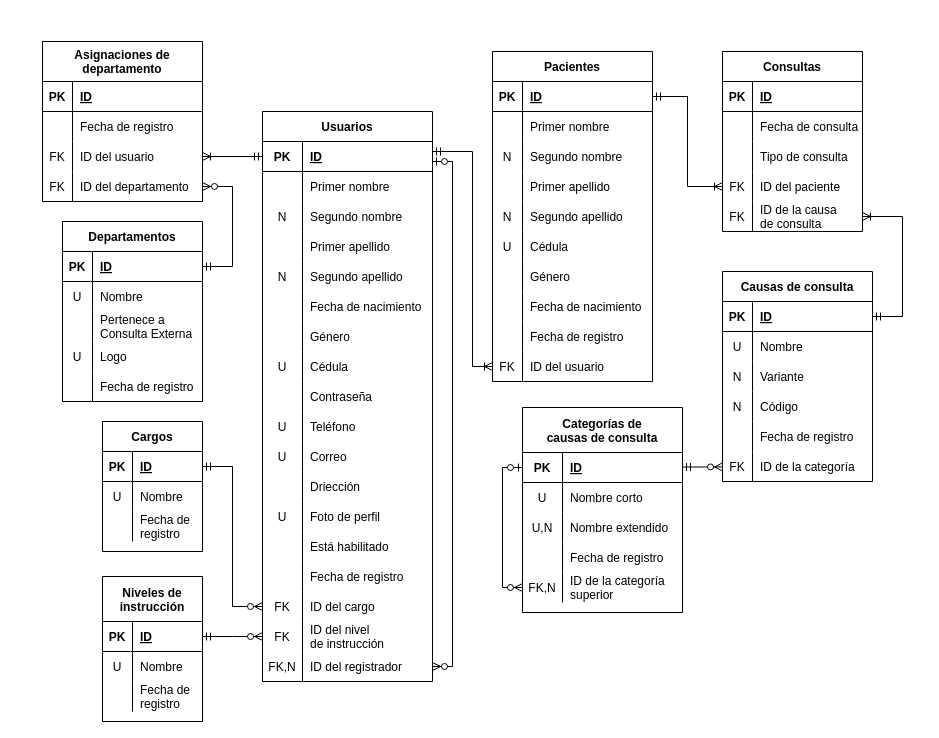
Above: page "Modelo Relacional" (4 of 5) of docs/Diagramas.drawio in fadrian06/haju (draw.io), before the change. Source tidied: cells renumbered, new cells numbered last; positions are measured from the earlier drawing's top-left corner, leaving out a move shared by most shapes. Both pictures are drawn from the tidied source at 100%, with x=0, y=0 at pixel (42, 41).
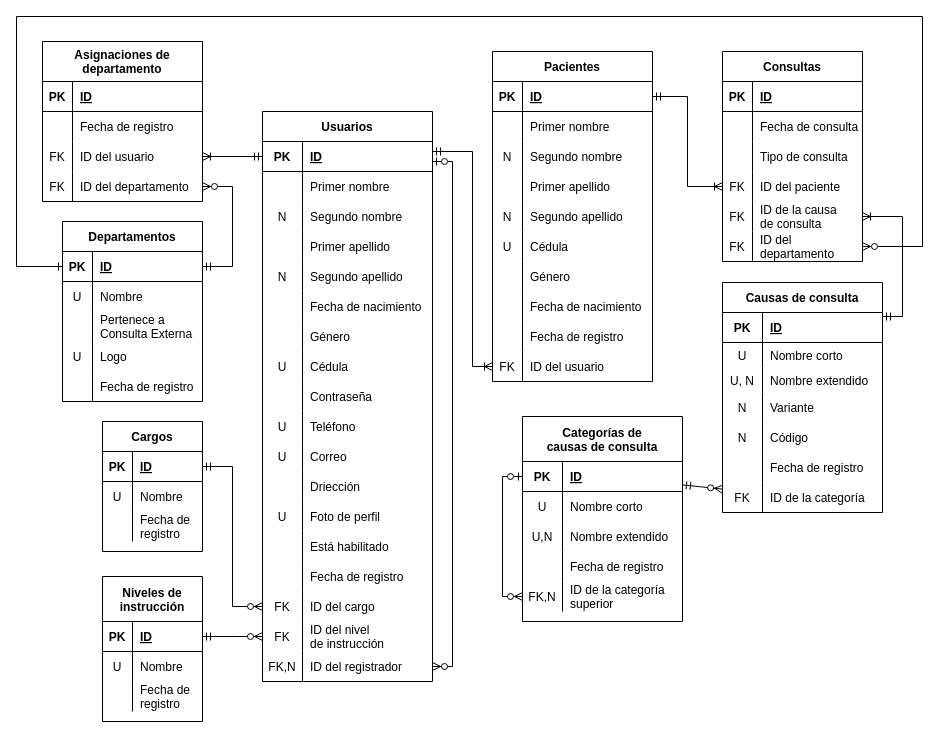
The same diagram, later.

Commit message (it also covers changes not shown here):
Cambios en la entidad Consulta

- Se añadió el campo ID del departamento
- Se separó el nombre de la causa de consulta en nombre corto (abreviado) y nombre extenso (para los tooltips)

The change refers to these unchanged cells:
```xml
<mxCell id="112" style="shape=tableRow;horizontal=0;startSize=0;swimlaneHead=0;swimlaneBody=0;fillColor=none;points=[[0,0.5],[1,0.5]];portConstraint=eastwest;top=0;left=0;right=0;bottom=1;" parent="111" vertex="1">
  <mxGeometry y="30" width="140" height="30" as="geometry" />
</mxCell>
```

The edit, as a diff of the source:
```diff
@@
     <mxCell id="143" value="Causas de consulta" style="shape=table;startSize=30;childLayout=tableLayout;rowLines=0;fontStyle=1;align=center;" parent="1" vertex="1">
-      <mxGeometry x="680" y="230" width="150" height="210" as="geometry" />
+      <mxGeometry x="680" y="241" width="160" height="230" as="geometry" />
     </mxCell>
     <mxCell id="144" style="shape=tableRow;horizontal=0;startSize=0;swimlaneHead=0;swimlaneBody=0;fillColor=none;points=[[0,0.5],[1,0.5]];portConstraint=eastwest;top=0;left=0;right=0;bottom=1;" parent="143" vertex="1">
-      <mxGeometry y="30" width="150" height="30" as="geometry" />
+      <mxGeometry y="30" width="160" height="30" as="geometry" />
     </mxCell>
     <mxCell id="145" value="PK" style="shape=partialRectangle;fillColor=none;top=0;left=0;bottom=0;right=0;fontStyle=1;overflow=hidden;" parent="144" vertex="1">
-      <mxGeometry width="30" height="30" as="geometry" />
+      <mxGeometry width="40" height="30" as="geometry" />
     </mxCell>
     <mxCell id="146" value="ID" style="shape=partialRectangle;fillColor=none;top=0;left=0;bottom=0;right=0;align=left;spacingLeft=6;fontStyle=5;overflow=hidden;" parent="144" vertex="1">
-      <mxGeometry x="30" width="120" height="30" as="geometry" />
+      <mxGeometry x="40" width="120" height="30" as="geometry" />
     </mxCell>
     <mxCell id="147" style="shape=tableRow;horizontal=0;startSize=0;swimlaneHead=0;swimlaneBody=0;fillColor=none;top=0;left=0;right=0;bottom=0;" parent="143" vertex="1">
-      <mxGeometry y="60" width="150" height="30" as="geometry" />
+      <mxGeometry y="60" width="160" height="25" as="geometry" />
     </mxCell>
     <mxCell id="148" value="U" style="shape=partialRectangle;fillColor=none;top=0;left=0;bottom=0;right=0;overflow=hidden;" parent="147" vertex="1">
-      <mxGeometry width="30" height="30" as="geometry" />
+      <mxGeometry width="40" height="25" as="geometry" />
     </mxCell>
-    <mxCell id="149" value="Nombre" style="shape=partialRectangle;fillColor=none;top=0;left=0;bottom=0;right=0;align=left;spacingLeft=6;overflow=hidden;" parent="147" vertex="1">
-      <mxGeometry x="30" width="120" height="30" as="geometry" />
+    <mxCell id="149" value="Nombre corto" style="shape=partialRectangle;fillColor=none;top=0;left=0;bottom=0;right=0;align=left;spacingLeft=6;overflow=hidden;" parent="147" vertex="1">
+      <mxGeometry x="40" width="120" height="25" as="geometry" />
     </mxCell>
+    <mxCell id="198" style="shape=tableRow;horizontal=0;startSize=0;swimlaneHead=0;swimlaneBody=0;fillColor=none;top=0;left=0;right=0;bottom=0;" parent="143" vertex="1">
+      <mxGeometry y="85" width="160" height="25" as="geometry" />
+    </mxCell>
+    <mxCell id="199" value="U, N" style="shape=partialRectangle;fillColor=none;top=0;left=0;bottom=0;right=0;overflow=hidden;" parent="198" vertex="1">
+      <mxGeometry width="40" height="25" as="geometry" />
+    </mxCell>
+    <mxCell id="200" value="Nombre extendido" style="shape=partialRectangle;fillColor=none;top=0;left=0;bottom=0;right=0;align=left;spacingLeft=6;overflow=hidden;" parent="198" vertex="1">
+      <mxGeometry x="40" width="120" height="25" as="geometry" />
+    </mxCell>
     <mxCell id="150" style="shape=tableRow;horizontal=0;startSize=0;swimlaneHead=0;swimlaneBody=0;fillColor=none;top=0;left=0;right=0;bottom=0;" parent="143" vertex="1">
-      <mxGeometry y="90" width="150" height="30" as="geometry" />
+      <mxGeometry y="110" width="160" height="30" as="geometry" />
     </mxCell>
     <mxCell id="151" value="N" style="shape=partialRectangle;fillColor=none;top=0;left=0;bottom=0;right=0;overflow=hidden;" parent="150" vertex="1">
-      <mxGeometry width="30" height="30" as="geometry" />
+      <mxGeometry width="40" height="30" as="geometry" />
     </mxCell>
     <mxCell id="152" value="Variante" style="shape=partialRectangle;fillColor=none;top=0;left=0;bottom=0;right=0;align=left;spacingLeft=6;overflow=hidden;" parent="150" vertex="1">
-      <mxGeometry x="30" width="120" height="30" as="geometry" />
+      <mxGeometry x="40" width="120" height="30" as="geometry" />
     </mxCell>
     <mxCell id="153" style="shape=tableRow;horizontal=0;startSize=0;swimlaneHead=0;swimlaneBody=0;fillColor=none;top=0;left=0;right=0;bottom=0;" parent="143" vertex="1">
-      <mxGeometry y="120" width="150" height="30" as="geometry" />
+      <mxGeometry y="140" width="160" height="30" as="geometry" />
     </mxCell>
     <mxCell id="154" value="N" style="shape=partialRectangle;fillColor=none;top=0;left=0;bottom=0;right=0;overflow=hidden;" parent="153" vertex="1">
-      <mxGeometry width="30" height="30" as="geometry" />
+      <mxGeometry width="40" height="30" as="geometry" />
     </mxCell>
     <mxCell id="155" value="Código" style="shape=partialRectangle;fillColor=none;top=0;left=0;bottom=0;right=0;align=left;spacingLeft=6;overflow=hidden;" parent="153" vertex="1">
-      <mxGeometry x="30" width="120" height="30" as="geometry" />
+      <mxGeometry x="40" width="120" height="30" as="geometry" />
     </mxCell>
     <mxCell id="156" style="shape=tableRow;horizontal=0;startSize=0;swimlaneHead=0;swimlaneBody=0;fillColor=none;top=0;left=0;right=0;bottom=0;" parent="143" vertex="1">
-      <mxGeometry y="150" width="150" height="30" as="geometry" />
+      <mxGeometry y="170" width="160" height="30" as="geometry" />
     </mxCell>
     <mxCell id="157" style="shape=partialRectangle;fillColor=none;top=0;left=0;bottom=0;right=0;overflow=hidden;" parent="156" vertex="1">
-      <mxGeometry width="30" height="30" as="geometry" />
+      <mxGeometry width="40" height="30" as="geometry" />
     </mxCell>
     <mxCell id="158" value="Fecha de registro" style="shape=partialRectangle;fillColor=none;top=0;left=0;bottom=0;right=0;align=left;spacingLeft=6;overflow=hidden;" parent="156" vertex="1">
-      <mxGeometry x="30" width="120" height="30" as="geometry" />
+      <mxGeometry x="40" width="120" height="30" as="geometry" />
     </mxCell>
     <mxCell id="159" style="shape=tableRow;horizontal=0;startSize=0;swimlaneHead=0;swimlaneBody=0;fillColor=none;points=[[0,0.5],[1,0.5]];portConstraint=eastwest;top=0;left=0;right=0;bottom=0;" parent="143" vertex="1">
-      <mxGeometry y="180" width="150" height="30" as="geometry" />
+      <mxGeometry y="200" width="160" height="30" as="geometry" />
     </mxCell>
     <mxCell id="160" value="FK" style="shape=partialRectangle;fillColor=none;top=0;left=0;bottom=0;right=0;overflow=hidden;" parent="159" vertex="1">
-      <mxGeometry width="30" height="30" as="geometry" />
+      <mxGeometry width="40" height="30" as="geometry" />
     </mxCell>
     <mxCell id="161" value="ID de la categoría" style="shape=partialRectangle;fillColor=none;top=0;left=0;bottom=0;right=0;align=left;spacingLeft=6;overflow=hidden;" parent="159" vertex="1">
-      <mxGeometry x="30" width="120" height="30" as="geometry" />
+      <mxGeometry x="40" width="120" height="30" as="geometry" />
     </mxCell>
     <mxCell id="162" value="Consultas" style="shape=table;startSize=30;childLayout=tableLayout;rowLines=0;fontStyle=1;align=center;" parent="1" vertex="1">
-      <mxGeometry x="680" y="10" width="140" height="180" as="geometry" />
+      <mxGeometry x="680" y="10" width="140" height="210" as="geometry" />
     </mxCell>
@@
+    <mxCell id="201" style="shape=tableRow;horizontal=0;startSize=0;swimlaneHead=0;swimlaneBody=0;fillColor=none;points=[[0,0.5],[1,0.5]];portConstraint=eastwest;top=0;left=0;right=0;bottom=0;" parent="162" vertex="1">
+      <mxGeometry y="180" width="140" height="30" as="geometry" />
+    </mxCell>
+    <mxCell id="202" value="FK" style="shape=partialRectangle;fillColor=none;top=0;left=0;bottom=0;right=0;overflow=hidden;" parent="201" vertex="1">
+      <mxGeometry width="30" height="30" as="geometry" />
+    </mxCell>
+    <mxCell id="203" value="ID del&#10;departamento" style="shape=partialRectangle;fillColor=none;top=0;left=0;bottom=0;right=0;align=left;spacingLeft=6;overflow=hidden;" parent="201" vertex="1">
+      <mxGeometry x="30" width="110" height="30" as="geometry" />
+    </mxCell>
@@
     <mxCell id="179" value="Categorías de&#10;causas de consulta" style="shape=table;startSize=45;childLayout=tableLayout;rowLines=0;fontStyle=1;align=center;" parent="1" vertex="1">
-      <mxGeometry x="480" y="366" width="160" height="205" as="geometry" />
+      <mxGeometry x="480" y="375" width="160" height="205" as="geometry" />
     </mxCell>
@@
+    <mxCell id="204" style="edgeStyle=orthogonalEdgeStyle;fontSize=12;html=1;endArrow=ERone;startArrow=ERzeroToMany;rounded=0;startFill=0;endFill=0;" parent="1" edge="1" source="201" target="112">
+      <mxGeometry relative="1" as="geometry">
+        <Array as="points">
+          <mxPoint x="880" y="205" />
+          <mxPoint x="880" y="-25" />
+          <mxPoint x="-26" y="-25" />
+          <mxPoint x="-26" y="225" />
+        </Array>
+      </mxGeometry>
+    </mxCell>
```
